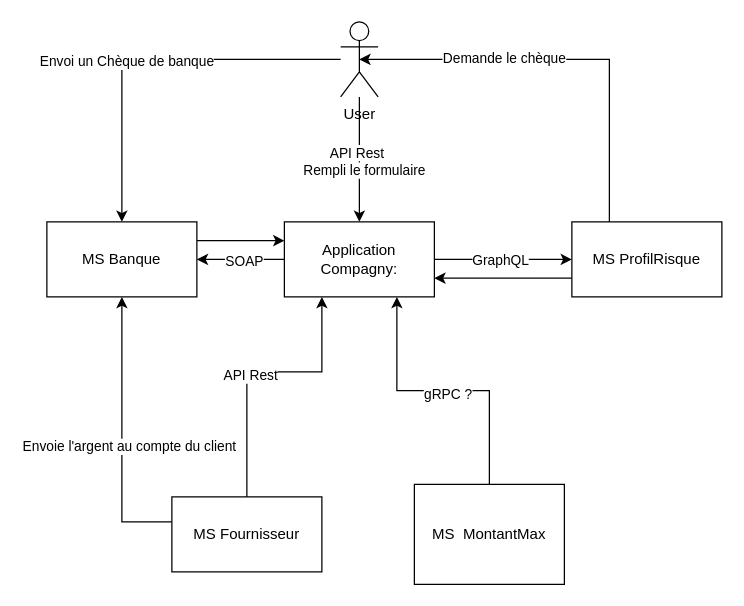
Before: docs/ServiceWeb.drawio in AdrienBenthami/Webservice, a draw.io diagram. Source tidied: cells renumbered, new cells numbered last; positions are measured from the earlier drawing's top-left corner, leaving out a move shared by most shapes. Both pictures are drawn from the tidied source at 125%, with x=0, y=0 at pixel (46, 21).
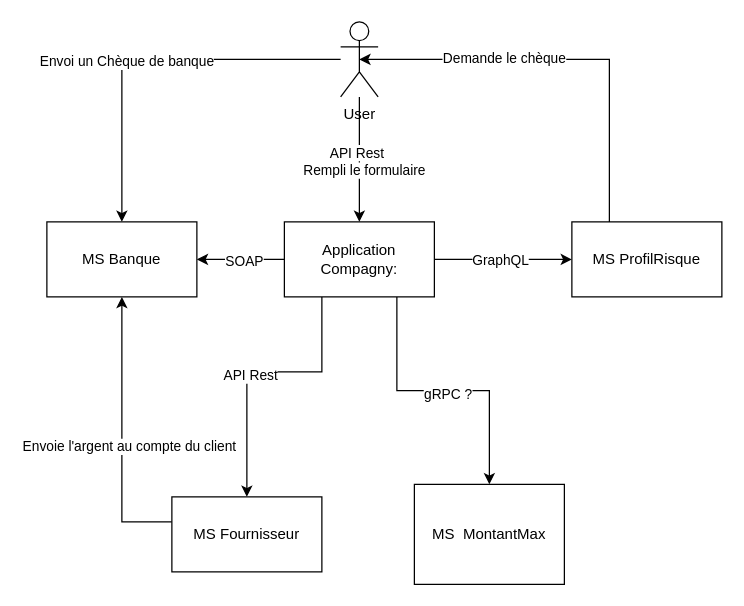
The same page after the edit.

The change refers to these unchanged cells:
```xml
<mxCell id="2" value="Application Compagny:" style="rounded=0;whiteSpace=wrap;html=1;" parent="1" vertex="1">
  <mxGeometry x="190" y="160" width="120" height="60" as="geometry" />
</mxCell>
<mxCell id="9" value="MS&amp;nbsp; MontantMax" style="rounded=0;whiteSpace=wrap;html=1;" parent="1" vertex="1">
  <mxGeometry x="294" y="370" width="120" height="80" as="geometry" />
</mxCell>
<mxCell id="11" value="MS ProfilRisque" style="rounded=0;whiteSpace=wrap;html=1;" parent="1" vertex="1">
  <mxGeometry x="420" y="160" width="120" height="60" as="geometry" />
</mxCell>
<mxCell id="19" value="MS Banque" style="rounded=0;whiteSpace=wrap;html=1;" parent="1" vertex="1">
  <mxGeometry y="160" width="120" height="60" as="geometry" />
</mxCell>
<mxCell id="24" value="MS Fournisseur" style="rounded=0;whiteSpace=wrap;html=1;" parent="1" vertex="1">
  <mxGeometry x="100" y="380" width="120" height="60" as="geometry" />
</mxCell>
```

What changed in the source:
```diff
@@
-    <mxCell id="3" style="edgeStyle=orthogonalEdgeStyle;rounded=0;jettySize=auto;html=1;" parent="1" edge="1" source="9">
+    <mxCell id="3" style="edgeStyle=orthogonalEdgeStyle;rounded=0;jettySize=auto;html=1;startArrow=classic;startFill=1;endArrow=none;endFill=0;" parent="1" edge="1" source="9">
       <mxGeometry relative="1" as="geometry">
         <mxPoint x="280" y="220" as="targetPoint" />
         <Array as="points">
           <mxPoint x="354" y="295" />
           <mxPoint x="280" y="295" />
           <mxPoint x="280" y="220" />
         </Array>
       </mxGeometry>
     </mxCell>
@@
-    <mxCell id="10" style="edgeStyle=orthogonalEdgeStyle;rounded=0;jettySize=auto;html=1;entryX=1;entryY=0.75;entryDx=0;entryDy=0;exitX=0;exitY=0.75;exitDx=0;exitDy=0;" parent="1" edge="1" source="11" target="2">
-      <mxGeometry relative="1" as="geometry" />
-    </mxCell>
@@
-    <mxCell id="18" style="edgeStyle=orthogonalEdgeStyle;rounded=0;jettySize=auto;html=1;entryX=0;entryY=0.25;entryDx=0;entryDy=0;" parent="1" edge="1" source="19" target="2">
-      <mxGeometry relative="1" as="geometry">
-        <Array as="points">
-          <mxPoint x="130" y="175" />
-          <mxPoint x="130" y="175" />
-        </Array>
-      </mxGeometry>
-    </mxCell>
@@
-    <mxCell id="20" style="edgeStyle=orthogonalEdgeStyle;rounded=0;jettySize=auto;html=1;entryX=0.25;entryY=1;entryDx=0;entryDy=0;" parent="1" edge="1" source="24" target="2">
+    <mxCell id="20" style="edgeStyle=orthogonalEdgeStyle;rounded=0;jettySize=auto;html=1;entryX=0.25;entryY=1;entryDx=0;entryDy=0;startArrow=classic;startFill=1;endArrow=none;endFill=0;" parent="1" edge="1" source="24" target="2">
       <mxGeometry relative="1" as="geometry">
         <Array as="points">
           <mxPoint x="160" y="280" />
           <mxPoint x="220" y="280" />
         </Array>
       </mxGeometry>
     </mxCell>
```
